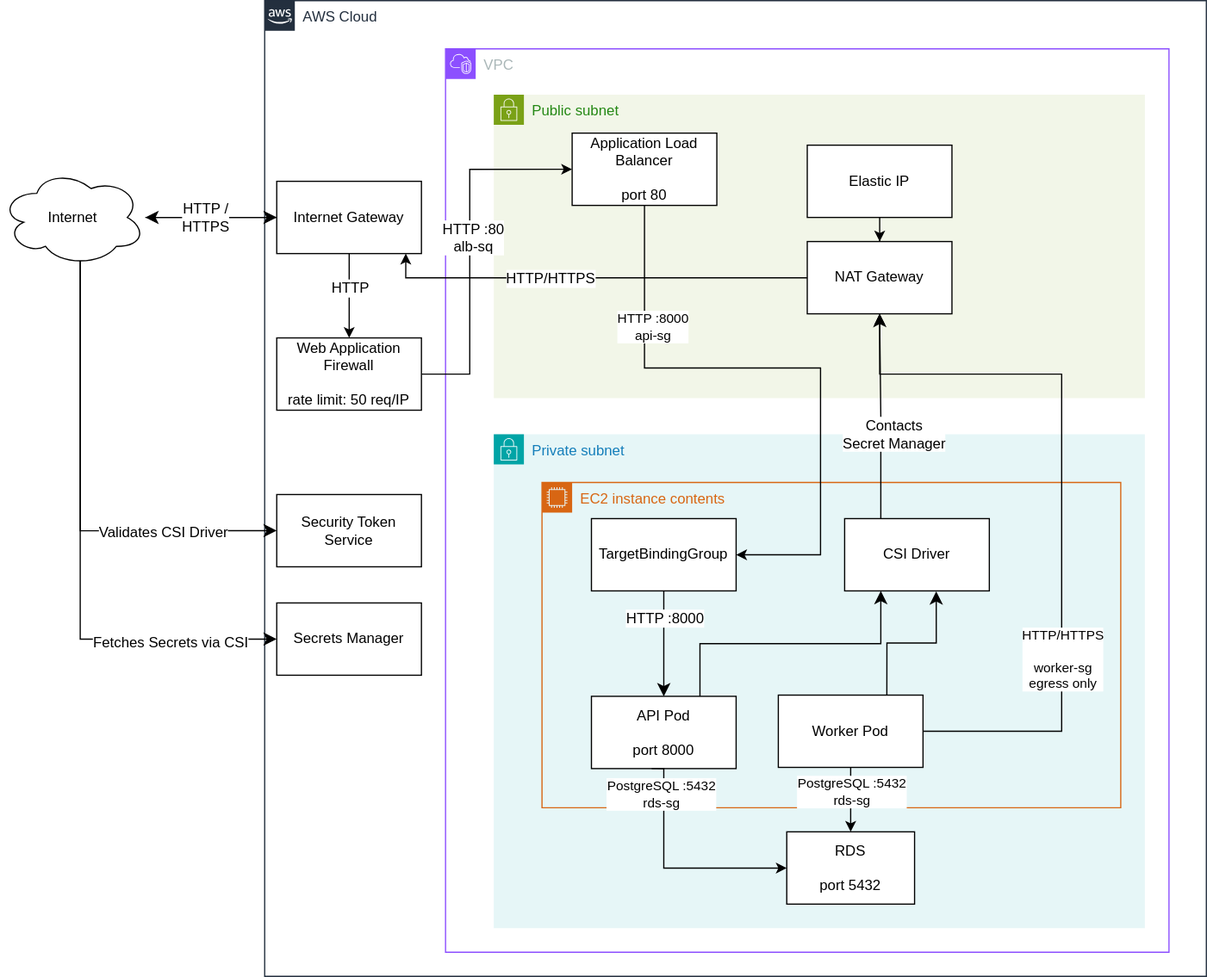
Above: diagram.svg in cmichaelsd/WebScraper (draw.io), before the change. Source tidied: cells renumbered, new cells last; positions are measured from the earlier drawing's top-left corner, leaving out a move shared by most shapes.
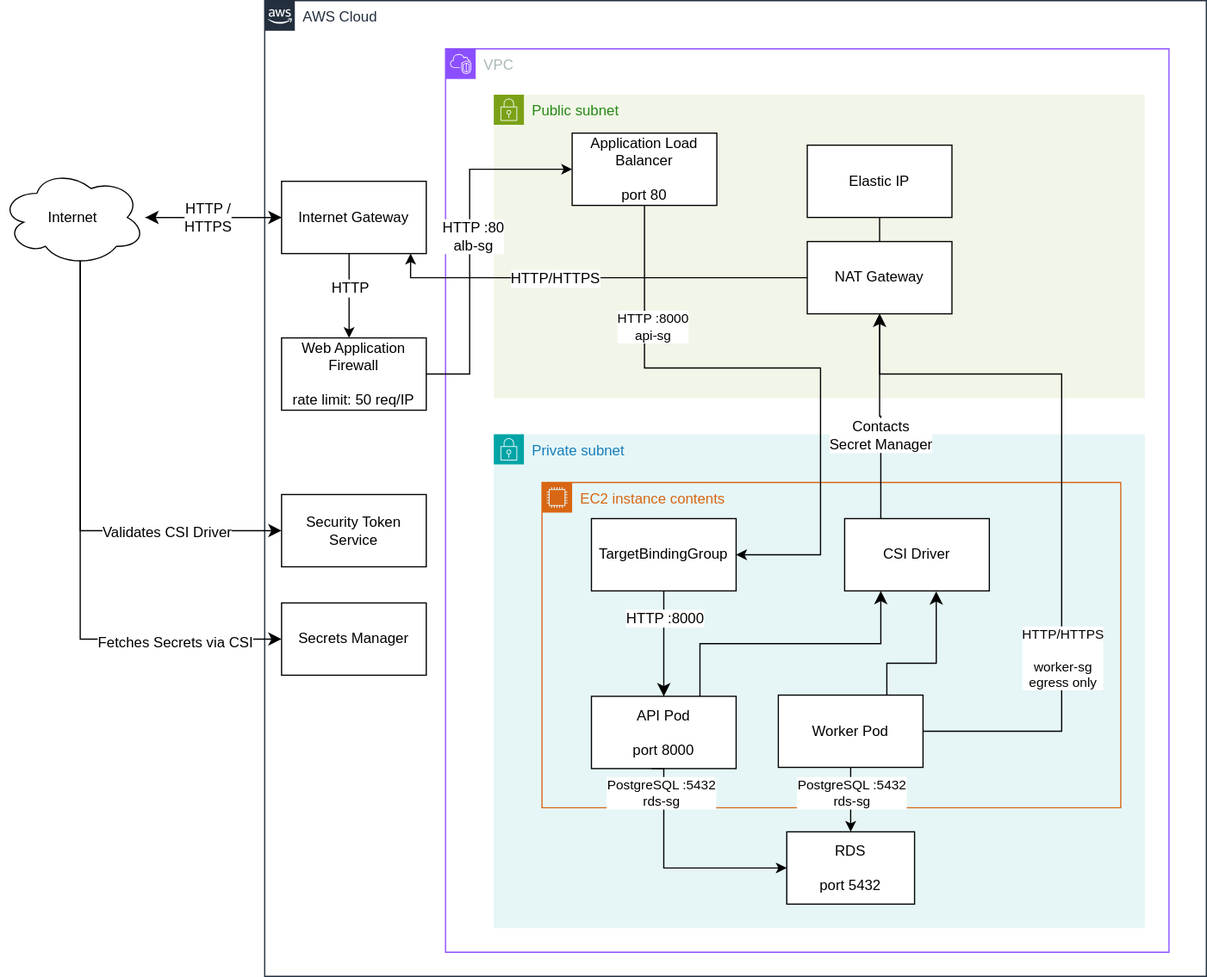
After the commit.

Commit message:
updated typo in diagram.

Change to the diagram source:
```diff
@@ -14,15 +14,15 @@
     <mxCell id="5" value="NAT Gateway" style="rounded=0;whiteSpace=wrap;html=1;" parent="4" vertex="1">
       <mxGeometry x="260" y="121.9" width="120" height="60" as="geometry" />
     </mxCell>
-    <mxCell id="6" style="edgeStyle=orthogonalEdgeStyle;rounded=0;jettySize=auto;html=1;" parent="4" edge="1" source="7" target="5">
-      <mxGeometry relative="1" as="geometry" />
-    </mxCell>
     <mxCell id="7" value="Elastic IP" style="rounded=0;whiteSpace=wrap;html=1;" parent="4" vertex="1">
       <mxGeometry x="260" y="41.9" width="120" height="60" as="geometry" />
     </mxCell>
     <mxCell id="8" value="Application Load Balancer&lt;div&gt;&lt;br&gt;&lt;/div&gt;&lt;div&gt;port 80&lt;/div&gt;" style="rounded=0;whiteSpace=wrap;html=1;" parent="4" vertex="1">
       <mxGeometry x="65" y="31.9" width="120" height="60" as="geometry" />
     </mxCell>
+    <mxCell id="48" style="endArrow=none;html=1;rounded=0;entryX=0.5;entryY=1;entryDx=0;entryDy=0;" parent="4" edge="1" source="5" target="7">
+      <mxGeometry relative="1" as="geometry" />
+    </mxCell>
     <mxCell id="9" value="Private subnet" style="gradientColor=none;html=1;whiteSpace=wrap;fontSize=12;fontStyle=0;shape=mxgraph.aws4.group;grIcon=mxgraph.aws4.group_security_group;grStroke=0;strokeColor=#00A4A6;fillColor=#E6F6F7;verticalAlign=top;align=left;spacingLeft=30;fontColor=#147EBA;dashed=0;" parent="3" vertex="1">
       <mxGeometry x="40" y="320" width="540" height="410" as="geometry" />
     </mxCell>
@@ -53,7 +53,12 @@
       <mxGeometry x="251" y="30" width="120" height="60" as="geometry" />
     </mxCell>
     <mxCell id="18" style="edgeStyle=orthogonalEdgeStyle;rounded=0;jettySize=auto;html=1;exitX=0.75;exitY=0;exitDx=0;exitDy=0;entryX=0.633;entryY=1.006;entryDx=0;entryDy=0;entryPerimeter=0;fontSize=12;startSize=8;endSize=8;" parent="10" edge="1" source="13" target="17">
-      <mxGeometry relative="1" as="geometry" />
+      <mxGeometry relative="1" as="geometry">
+        <Array as="points">
+          <mxPoint x="286" y="150" />
+          <mxPoint x="327" y="150" />
+        </Array>
+      </mxGeometry>
     </mxCell>
     <mxCell id="19" value="RDS&lt;div&gt;&lt;br&gt;&lt;/div&gt;&lt;div&gt;port 5432&lt;/div&gt;" style="rounded=0;whiteSpace=wrap;html=1;" parent="9" vertex="1">
       <mxGeometry x="243" y="330" width="106" height="60" as="geometry" />
@@ -112,7 +117,7 @@
     </mxCell>
     <mxCell id="29" value="Contacts&lt;div&gt;Secret Manager&lt;br&gt;&lt;/div&gt;" style="edgeLabel;html=1;align=center;verticalAlign=middle;fontSize=12;" parent="28" vertex="1">
       <mxGeometry x="-0.29" y="3" relative="1" as="geometry">
-        <mxPoint x="13" y="-9" as="offset" />
+        <mxPoint x="2" y="-9" as="offset" />
       </mxGeometry>
     </mxCell>
     <mxCell id="30" style="edgeStyle=orthogonalEdgeStyle;rounded=0;jettySize=auto;html=1;entryX=0;entryY=0.5;entryDx=0;entryDy=0;" parent="2" edge="1" source="32" target="8">
@@ -123,11 +128,11 @@
         </Array>
       </mxGeometry>
     </mxCell>
-    <mxCell id="31" value="HTTP :80&lt;br&gt;alb-sq" style="edgeLabel;html=1;align=center;verticalAlign=middle;fontSize=12;" parent="30" vertex="1">
+    <mxCell id="31" value="HTTP :80&lt;br&gt;alb-sg" style="edgeLabel;html=1;align=center;verticalAlign=middle;fontSize=12;" parent="30" vertex="1">
       <mxGeometry x="0.04" y="-2" relative="1" as="geometry" />
     </mxCell>
     <mxCell id="32" value="Web Application Firewall&lt;div&gt;&lt;br&gt;&lt;div&gt;rate limit: 50 req/IP&lt;/div&gt;&lt;/div&gt;" style="rounded=0;whiteSpace=wrap;html=1;" parent="2" vertex="1">
-      <mxGeometry x="10" y="280" width="120" height="60" as="geometry" />
+      <mxGeometry x="14" y="280" width="120" height="60" as="geometry" />
     </mxCell>
     <mxCell id="33" style="edgeStyle=orthogonalEdgeStyle;rounded=0;jettySize=auto;html=1;" parent="2" edge="1" source="35" target="32">
       <mxGeometry relative="1" as="geometry">
@@ -141,7 +146,7 @@
       <mxGeometry x="-0.2" relative="1" as="geometry" />
     </mxCell>
     <mxCell id="35" value="Internet Gateway" style="rounded=0;whiteSpace=wrap;html=1;" parent="2" vertex="1">
-      <mxGeometry x="10" y="150" width="120" height="60" as="geometry" />
+      <mxGeometry x="14" y="150" width="120" height="60" as="geometry" />
     </mxCell>
     <mxCell id="36" style="edgeStyle=orthogonalEdgeStyle;rounded=0;jettySize=auto;html=1;entryX=0.892;entryY=1;entryDx=0;entryDy=0;entryPerimeter=0;" parent="2" edge="1" source="5" target="35">
       <mxGeometry relative="1" as="geometry" />
@@ -150,10 +155,10 @@
       <mxGeometry x="0.21" relative="1" as="geometry" />
     </mxCell>
     <mxCell id="38" value="Secrets Manager" style="rounded=0;whiteSpace=wrap;html=1;" parent="2" vertex="1">
-      <mxGeometry x="10" y="500" width="120" height="60" as="geometry" />
+      <mxGeometry x="14" y="500" width="120" height="60" as="geometry" />
     </mxCell>
     <mxCell id="39" value="Security Token Service" style="rounded=0;whiteSpace=wrap;html=1;" parent="2" vertex="1">
-      <mxGeometry x="10" y="410" width="120" height="60" as="geometry" />
+      <mxGeometry x="14" y="410" width="120" height="60" as="geometry" />
     </mxCell>
     <mxCell id="40" style="edgeStyle=none;curved=1;rounded=0;jettySize=auto;html=1;fontSize=12;startSize=8;endSize=8;" parent="1" edge="1" source="45" target="35">
       <mxGeometry relative="1" as="geometry" />
```
